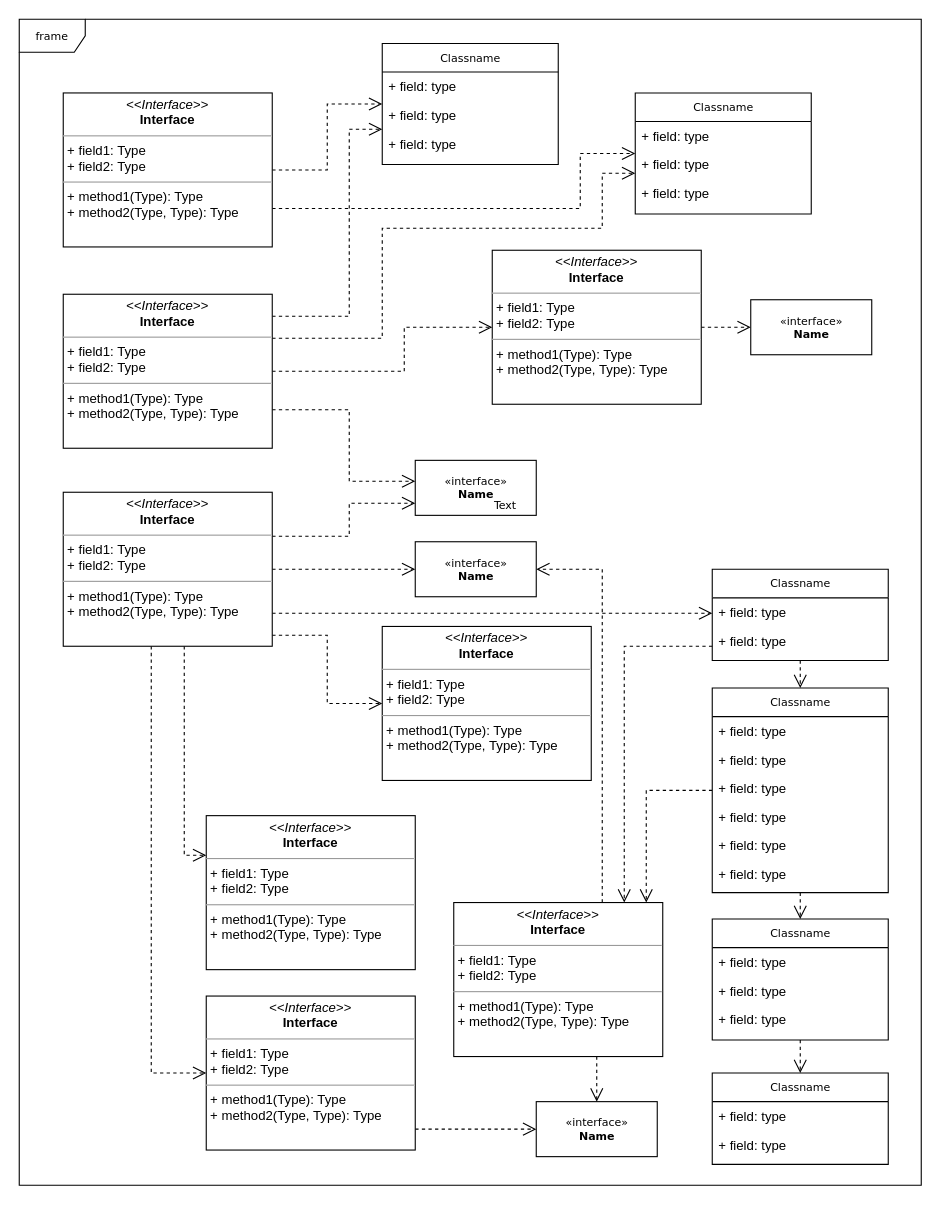
borlandong/diagrams keeps this draw.io diagram as Untitled Diagram.drawio. Above is the earlier version. Source tidied: cells renumbered, new cells numbered last; positions are measured from the earlier drawing's top-left corner, leaving out a move shared by most shapes. Both pictures are drawn from the tidied source at 110%, with x=0, y=0 at pixel (19, 19).
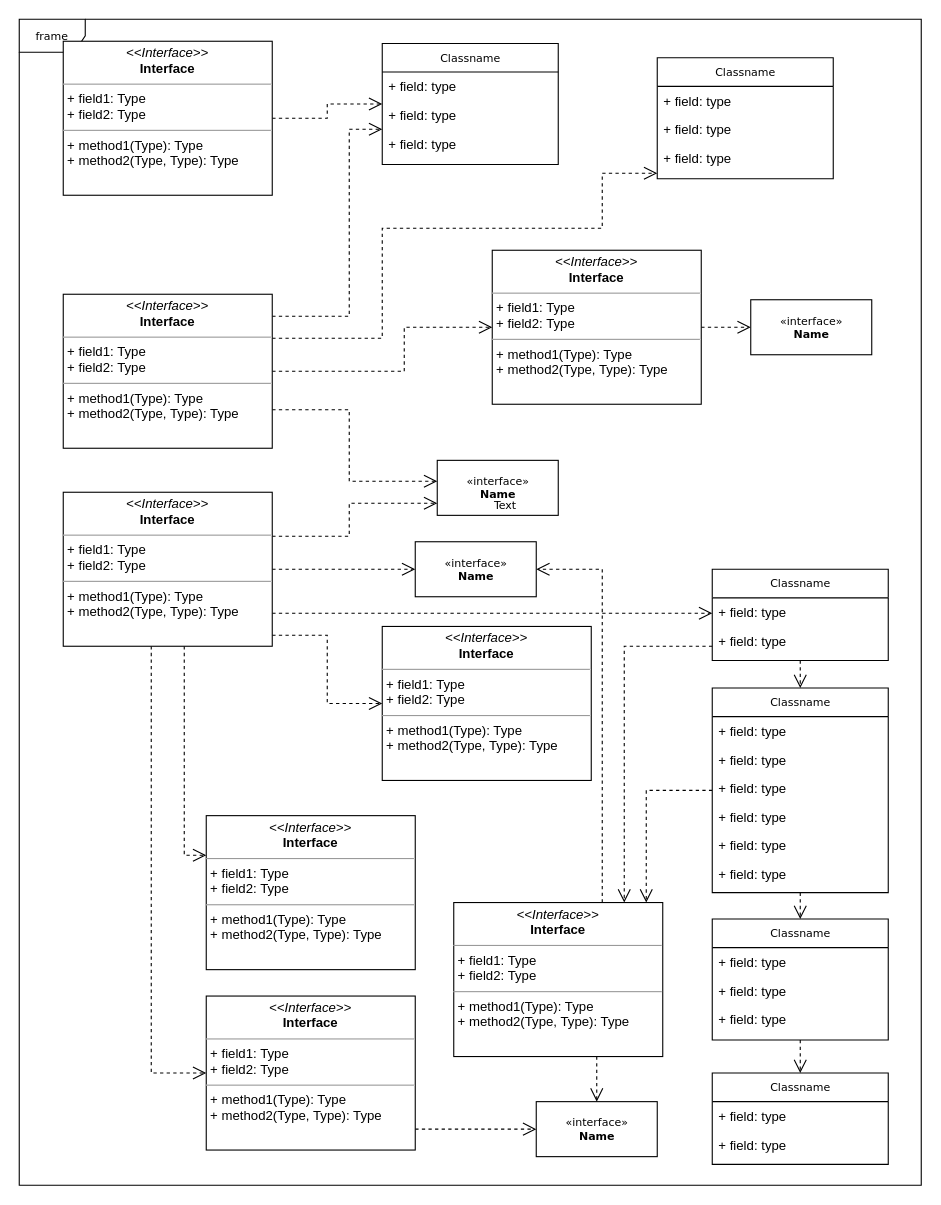
The same page after the edit.

Unchanged cells that the change refers to:
```xml
<mxCell id="12" value="Classname" style="swimlane;html=1;fontStyle=0;horizontal=1;startSize=26;fillColor=none;swimlaneFillColor=#ffffff;rounded=0;shadow=0;comic=0;labelBackgroundColor=none;strokeWidth=1;fontFamily=Verdana;fontSize=10;align=center;" parent="1" vertex="1">
  <mxGeometry x="330" y="22" width="160" height="110" as="geometry" />
</mxCell>
```

Change to the diagram source:
```diff
@@
+    <mxCell id="15" value="+ field: type" style="text;html=1;strokeColor=none;fillColor=none;align=left;verticalAlign=top;spacingLeft=4;spacingRight=4;whiteSpace=wrap;overflow=hidden;" parent="12" vertex="1">
+      <mxGeometry y="52" width="160" height="26" as="geometry" />
+    </mxCell>
     <mxCell id="14" value="+ field: type" style="text;html=1;strokeColor=none;fillColor=none;align=left;verticalAlign=top;spacingLeft=4;spacingRight=4;whiteSpace=wrap;overflow=hidden;" parent="12" vertex="1">
-      <mxGeometry y="52" width="160" height="26" as="geometry" />
+      <mxGeometry y="78" width="160" height="26" as="geometry" />
     </mxCell>
-    <mxCell id="15" value="+ field: type" style="text;html=1;strokeColor=none;fillColor=none;align=left;verticalAlign=top;spacingLeft=4;spacingRight=4;whiteSpace=wrap;overflow=hidden;" parent="12" vertex="1">
-      <mxGeometry y="78" width="160" height="26" as="geometry" />
-    </mxCell>
     <mxCell id="16" value="Classname" style="swimlane;html=1;fontStyle=0;horizontal=1;startSize=26;fillColor=none;swimlaneFillColor=#ffffff;rounded=0;shadow=0;comic=0;labelBackgroundColor=none;strokeWidth=1;fontFamily=Verdana;fontSize=10;align=center;" parent="1" vertex="1">
-      <mxGeometry x="560" y="67" width="160" height="110" as="geometry" />
+      <mxGeometry x="580" y="35" width="160" height="110" as="geometry" />
     </mxCell>
@@
     <mxCell id="41" value="&amp;laquo;interface&amp;raquo;&lt;br&gt;&lt;b&gt;Name&lt;/b&gt;" style="html=1;rounded=0;shadow=0;comic=0;labelBackgroundColor=none;strokeWidth=1;fontFamily=Verdana;fontSize=10;align=center;" parent="1" vertex="1">
-      <mxGeometry x="360" y="401" width="110" height="50" as="geometry" />
+      <mxGeometry x="380" y="401" width="110" height="50" as="geometry" />
     </mxCell>
@@
-    <mxCell id="47" style="edgeStyle=orthogonalEdgeStyle;rounded=0;html=1;exitX=1;exitY=0.75;dashed=1;labelBackgroundColor=none;startFill=0;endArrow=open;endFill=0;endSize=10;fontFamily=Verdana;fontSize=10;" parent="1" edge="1" source="48" target="16">
-      <mxGeometry relative="1" as="geometry">
-        <Array as="points">
-          <mxPoint x="510" y="172" />
-          <mxPoint x="510" y="122" />
-        </Array>
-      </mxGeometry>
-    </mxCell>
     <mxCell id="48" value="&lt;p style=&quot;margin:0px;margin-top:4px;text-align:center;&quot;&gt;&lt;i&gt;&amp;lt;&amp;lt;Interface&amp;gt;&amp;gt;&lt;/i&gt;&lt;br/&gt;&lt;b&gt;Interface&lt;/b&gt;&lt;/p&gt;&lt;hr size=&quot;1&quot;/&gt;&lt;p style=&quot;margin:0px;margin-left:4px;&quot;&gt;+ field1: Type&lt;br/&gt;+ field2: Type&lt;/p&gt;&lt;hr size=&quot;1&quot;/&gt;&lt;p style=&quot;margin:0px;margin-left:4px;&quot;&gt;+ method1(Type): Type&lt;br/&gt;+ method2(Type, Type): Type&lt;/p&gt;" style="verticalAlign=top;align=left;overflow=fill;fontSize=12;fontFamily=Helvetica;html=1;rounded=0;shadow=0;comic=0;labelBackgroundColor=none;strokeWidth=1;" parent="1" vertex="1">
-      <mxGeometry x="40" y="67" width="190" height="140" as="geometry" />
+      <mxGeometry x="40" y="20" width="190" height="140" as="geometry" />
     </mxCell>
```
